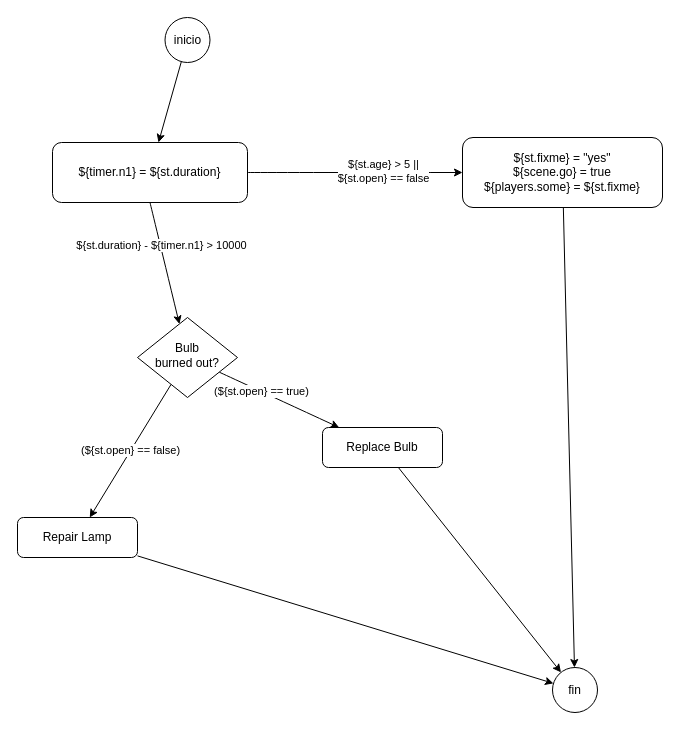
This is data/ue/scenes/barla20.drawio from ejfdelgado/ejflab, a draw.io file, before an edit. Source tidied: cells renumbered, new cells numbered last; positions are measured from the earlier drawing's top-left corner, leaving out a move shared by most shapes. Both pictures are drawn from the tidied source at 100%, with x=0, y=0 at pixel (17, 17).
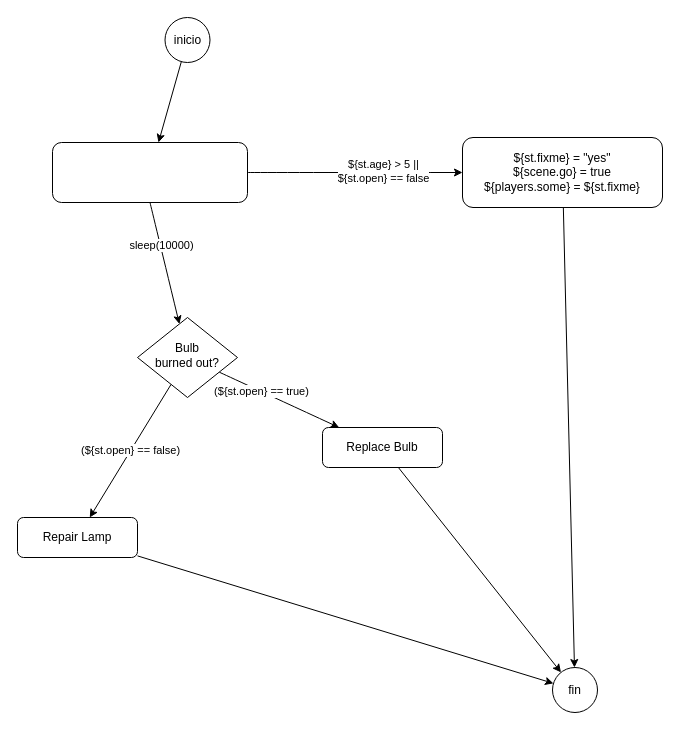
After the change.

Commit message (it also covers changes not shown here):
added sleep capacity

The change refers to these unchanged cells:
```xml
<mxCell id="4" style="edgeStyle=none;curved=1;html=1;strokeColor=default;exitX=0.5;exitY=1;exitDx=0;exitDy=0;" parent="1" edge="1" source="18" target="11">
  <mxGeometry relative="1" as="geometry" />
</mxCell>
```

Change to the diagram source:
```diff
@@
-    <mxCell id="5" value="${st.duration} - ${timer.n1} &amp;gt; 10000" style="edgeLabel;html=1;align=center;verticalAlign=middle;" parent="4" vertex="1">
+    <mxCell id="5" value="sleep(10000)" style="edgeLabel;html=1;align=center;verticalAlign=middle;" parent="4" vertex="1">
       <mxGeometry x="-0.3" y="1" relative="1" as="geometry" />
     </mxCell>
@@
-    <mxCell id="18" value="${timer.n1} = ${st.duration}" style="rounded=1;whiteSpace=wrap;html=1;" parent="1" vertex="1">
+    <mxCell id="18" style="rounded=1;whiteSpace=wrap;html=1;" parent="1" vertex="1">
       <mxGeometry x="35" y="125" width="195" height="60" as="geometry" />
     </mxCell>
```
